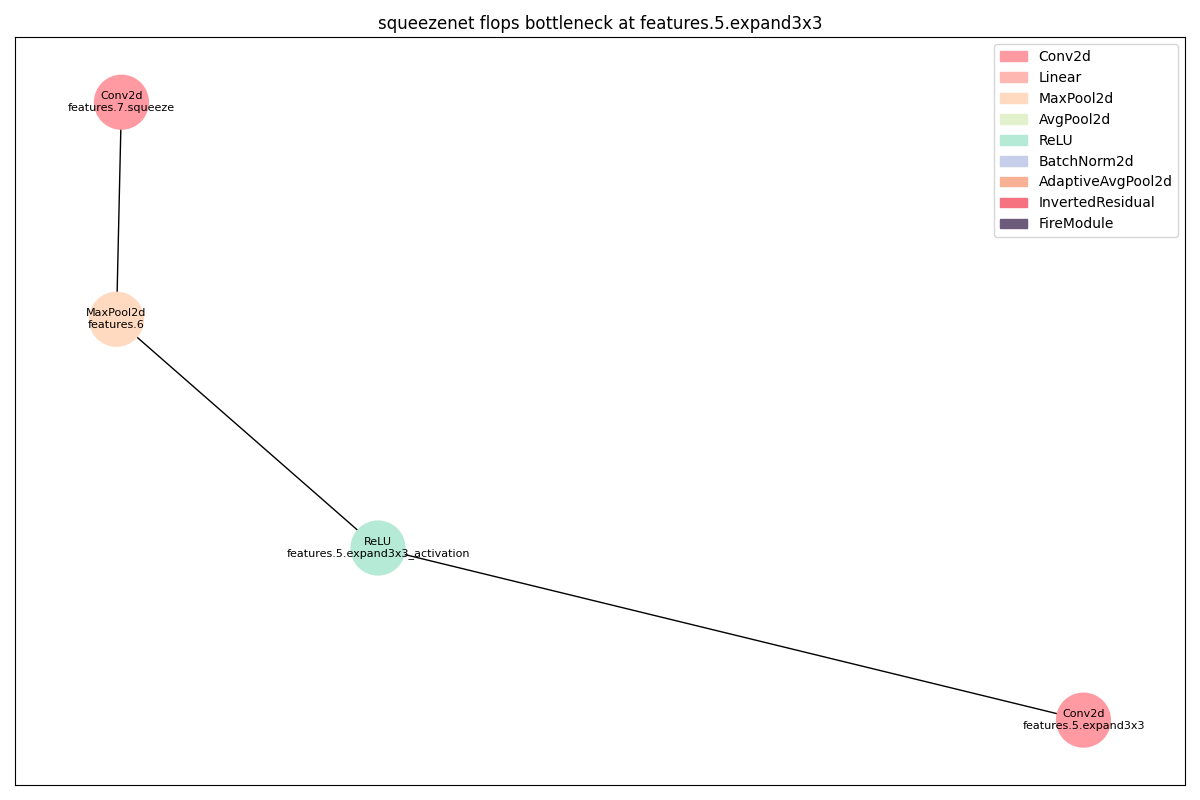
Above: dags/squeezenet_flops_features_5_expand3x3_op.png in 11222-Meng/DNN_Bottlen_Layer_Analysis (Graphviz), before the change. Its source is kept beside it as dags/squeezenet_flops_features_5_expand3x3_op.dot. The source it was exported from:
```dot
strict digraph "" {
	Conv2d_0	[color="#FF9AA2",
		layer_name="features.5.expand3x3",
		params=36992,
		type=Conv2d];
	ReLU_0	[color="#B5EAD7",
		layer_name="features.5.expand3x3_activation",
		params=0,
		type=ReLU];
	Conv2d_0 -> ReLU_0;
	MaxPool2d_0	[color="#FFDAC1",
		layer_name="features.6",
		params=0,
		type=MaxPool2d];
	ReLU_0 -> MaxPool2d_0;
	Conv2d_1	[color="#FF9AA2",
		layer_name="features.7.squeeze",
		params=8224,
		type=Conv2d];
	MaxPool2d_0 -> Conv2d_1;
}
```
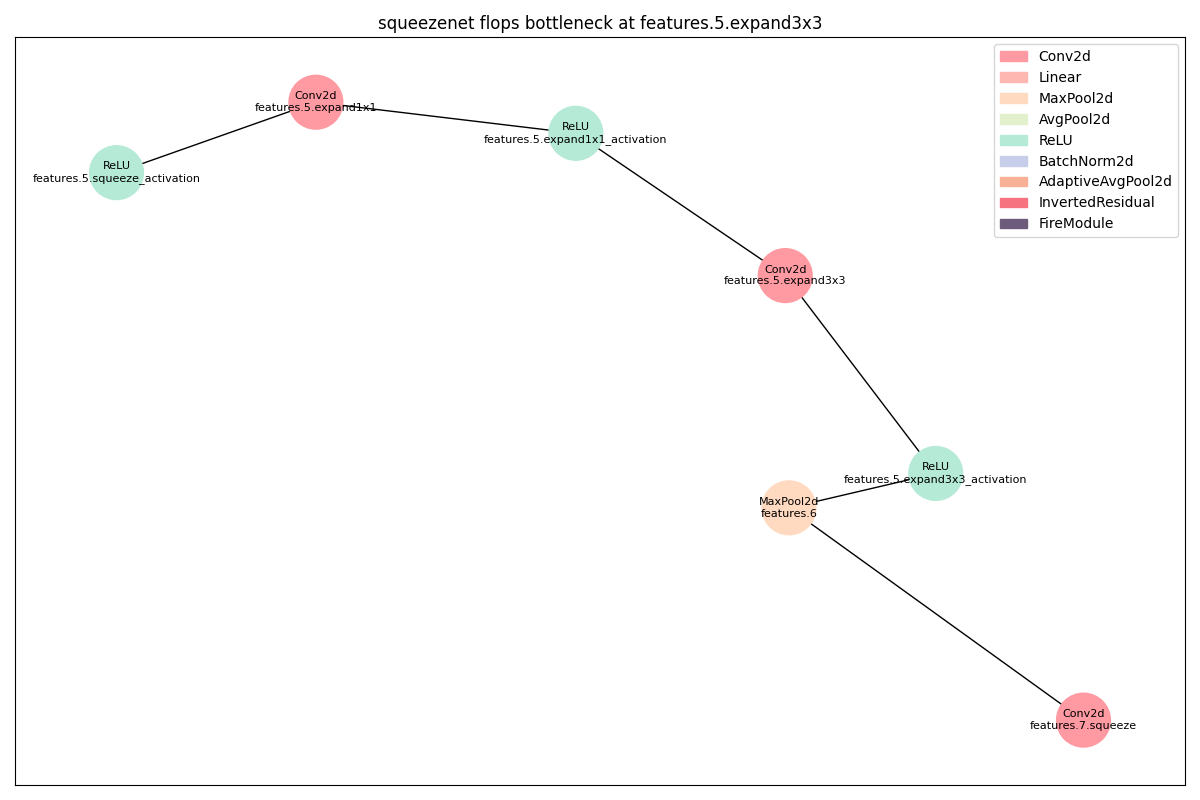
The same file after the commit.

What changed in the source:
```diff
@@ -1,21 +1,36 @@
 strict digraph "" {
+	ReLU_0	[color="#B5EAD7",
+		layer_name="features.5.squeeze_activation",
+		params=0,
+		type=ReLU];
 	Conv2d_0	[color="#FF9AA2",
+		layer_name="features.5.expand1x1",
+		params=4224,
+		type=Conv2d];
+	ReLU_0 -> Conv2d_0;
+	ReLU_1	[color="#B5EAD7",
+		layer_name="features.5.expand1x1_activation",
+		params=0,
+		type=ReLU];
+	Conv2d_0 -> ReLU_1;
+	Conv2d_1	[color="#FF9AA2",
 		layer_name="features.5.expand3x3",
 		params=36992,
 		type=Conv2d];
-	ReLU_0	[color="#B5EAD7",
+	ReLU_1 -> Conv2d_1;
+	ReLU_2	[color="#B5EAD7",
 		layer_name="features.5.expand3x3_activation",
 		params=0,
 		type=ReLU];
-	Conv2d_0 -> ReLU_0;
+	Conv2d_1 -> ReLU_2;
 	MaxPool2d_0	[color="#FFDAC1",
 		layer_name="features.6",
 		params=0,
 		type=MaxPool2d];
-	ReLU_0 -> MaxPool2d_0;
-	Conv2d_1	[color="#FF9AA2",
+	ReLU_2 -> MaxPool2d_0;
+	Conv2d_2	[color="#FF9AA2",
 		layer_name="features.7.squeeze",
 		params=8224,
 		type=Conv2d];
-	MaxPool2d_0 -> Conv2d_1;
+	MaxPool2d_0 -> Conv2d_2;
 }
```
